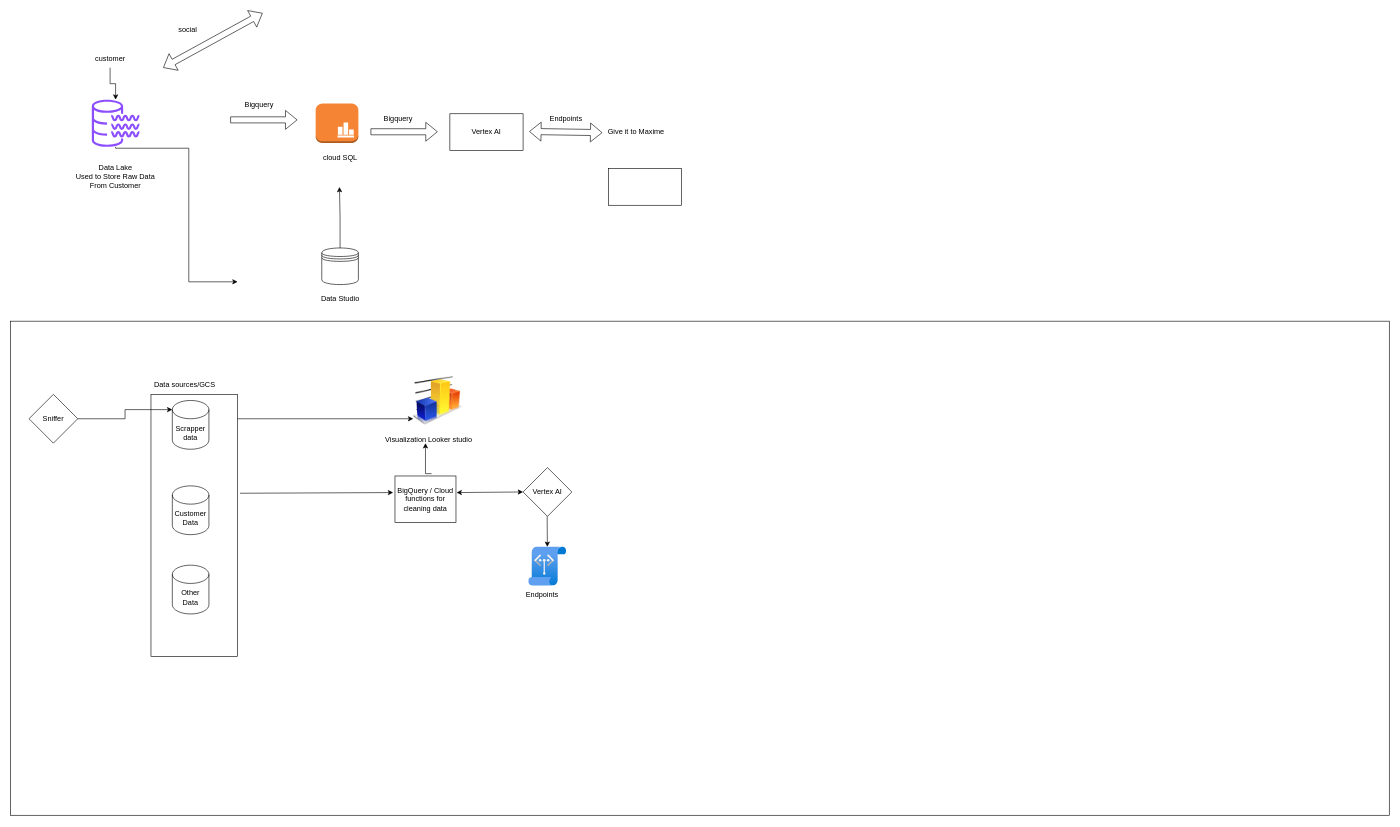
madhuammulu8/draw.io keeps this draw.io diagram as OmnithinkML.drawio. Above is the earlier version. Source tidied: cells renumbered, new cells numbered last; positions are measured from the earlier drawing's top-left corner, leaving out a move shared by most shapes. Both pictures are drawn from the tidied source at 61%, with x=0, y=0 at pixel (10, 13).
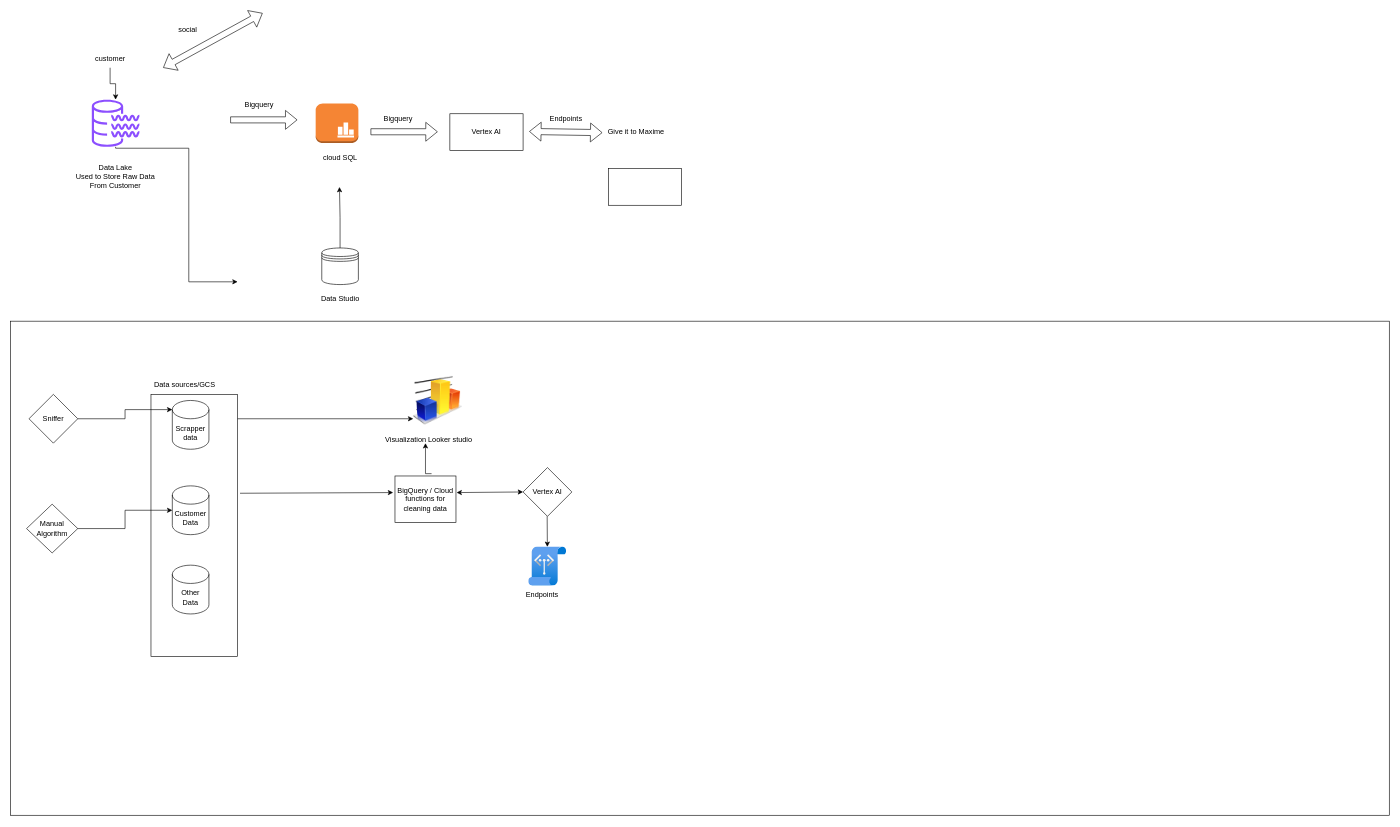
After the change.

The change refers to these unchanged cells:
```xml
<mxCell id="26" value="Customer Data" style="shape=cylinder3;whiteSpace=wrap;html=1;boundedLbl=1;backgroundOutline=1;size=15;" parent="1" vertex="1">
  <mxGeometry x="265" y="775" width="60" height="80" as="geometry" />
</mxCell>
```

The edit, as a diff of the source:
```diff
@@
+    <mxCell id="42" value="Manual Algorithm" style="rhombus;whiteSpace=wrap;html=1;" parent="1" vertex="1">
+      <mxGeometry x="26" y="805" width="84" height="80" as="geometry" />
+    </mxCell>
+    <mxCell id="43" style="edgeStyle=orthogonalEdgeStyle;rounded=0;jettySize=auto;html=1;entryX=0;entryY=0.5;entryDx=0;entryDy=0;entryPerimeter=0;" parent="1" edge="1" source="42" target="26">
+      <mxGeometry relative="1" as="geometry" />
+    </mxCell>
```
